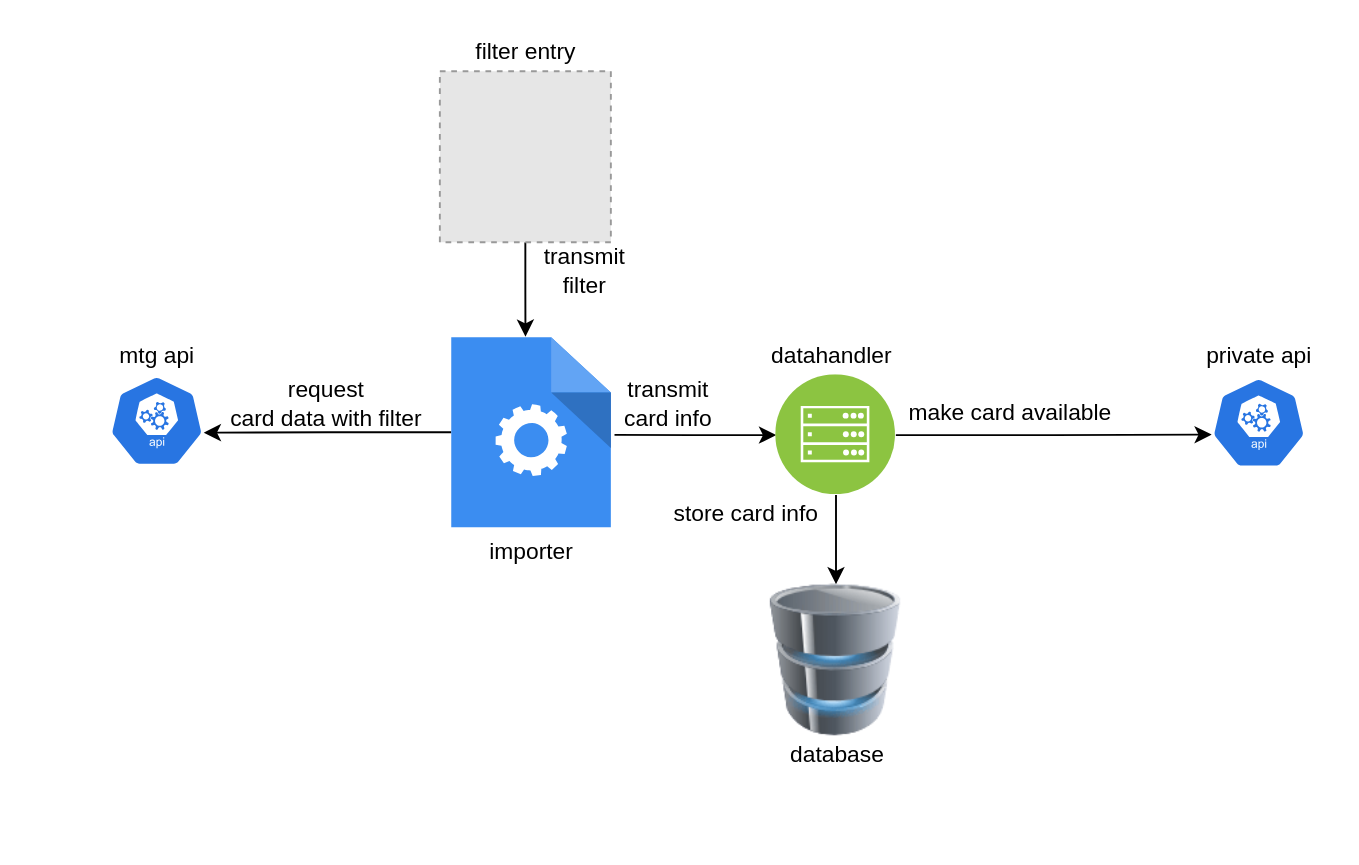
Earlier version of the draw.io diagram docs/components/Overview.drawio (Hertucktor/magicTG-Archive-API). Source tidied: cells renumbered, new cells numbered last; positions are measured from the earlier drawing's top-left corner, leaving out a move shared by most shapes. Both pictures are drawn from the tidied source at 190%, with x=0, y=0 at pixel (108, 32). Pictures stored in the file or linked from it are replaced by grey dashed boxes.
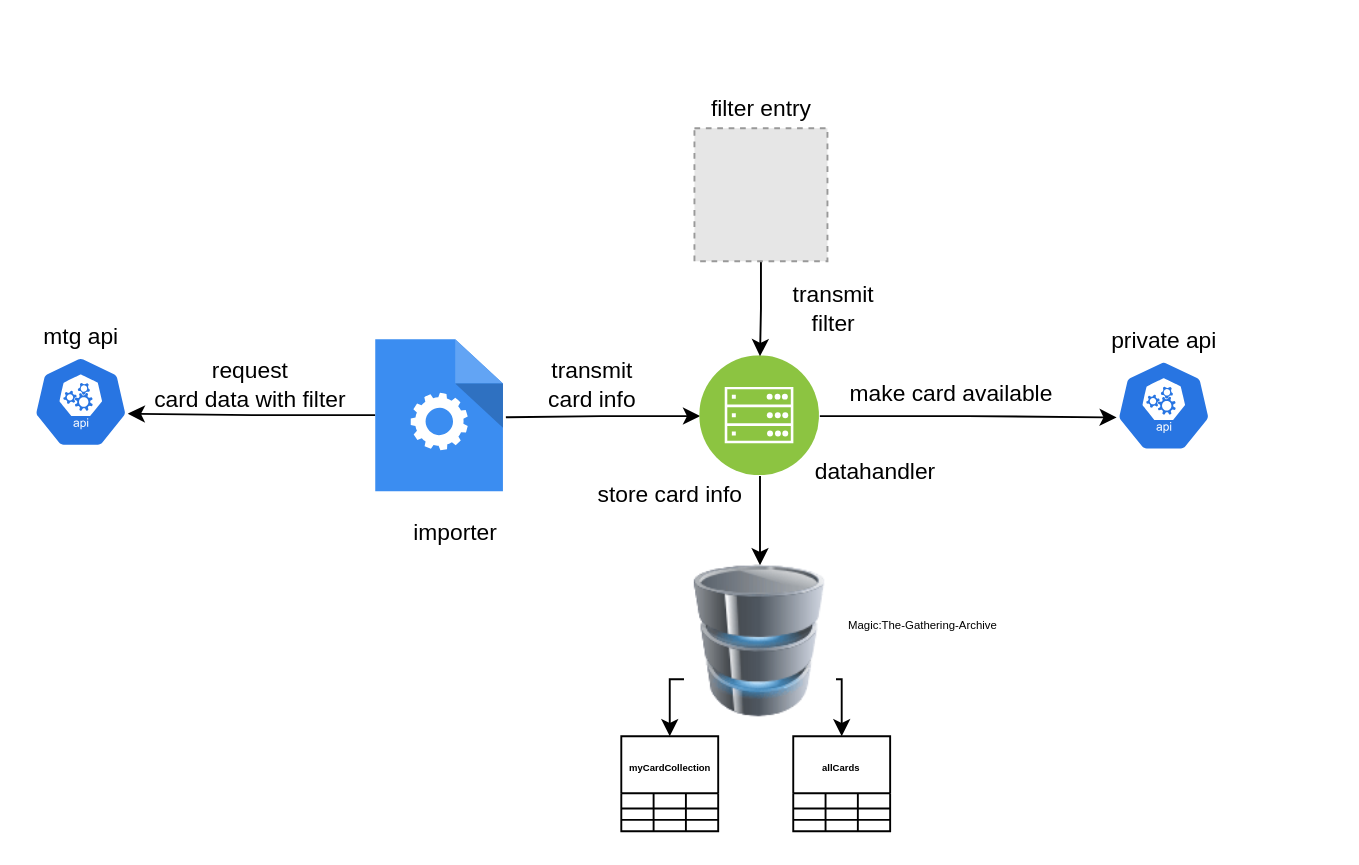
After the change.

Change to the diagram source:
```diff
@@
     <mxCell id="2" style="html=1;dashed=0;whitespace=wrap;fillColor=#2875E2;strokeColor=#ffffff;points=[[0.005,0.63,0],[0.1,0.2,0],[0.9,0.2,0],[0.5,0,0],[0.995,0.63,0],[0.72,0.99,0],[0.5,1,0],[0.28,0.99,0]];shape=mxgraph.kubernetes.icon;prIcon=api;" parent="1" vertex="1">
-      <mxGeometry y="180" width="50" height="48" as="geometry" />
+      <mxGeometry x="-40" y="170" width="50" height="48" as="geometry" />
     </mxCell>
     <mxCell id="3" value="mtg api" style="text;html=1;align=center;verticalAlign=middle;" parent="1" vertex="1">
-      <mxGeometry y="160" width="50" height="20" as="geometry" />
+      <mxGeometry x="-40" y="150" width="50" height="20" as="geometry" />
     </mxCell>
     <mxCell id="4" value="importer" style="text;html=1;align=center;verticalAlign=middle;" parent="1" vertex="1">
-      <mxGeometry x="192" y="263" width="60" height="20" as="geometry" />
+      <mxGeometry x="152" y="253" width="60" height="20" as="geometry" />
     </mxCell>
     <mxCell id="5" value="request &lt;br&gt;card data with filter" style="text;html=1;align=center;verticalAlign=middle;" parent="1" vertex="1">
-      <mxGeometry x="54" y="180" width="120" height="30" as="geometry" />
+      <mxGeometry x="14" y="170" width="120" height="30" as="geometry" />
     </mxCell>
@@
     <mxCell id="7" style="html=1;strokeColor=none;shadow=0;align=center;verticalAlign=top;fillColor=#3B8DF1;shape=mxgraph.gcp2.process;" parent="1" vertex="1">
-      <mxGeometry x="180" y="160" width="84" height="100" as="geometry" />
+      <mxGeometry x="140" y="161" width="67.2" height="80" as="geometry" />
     </mxCell>
@@
-    <mxCell id="10" style="edgeStyle=orthogonalEdgeStyle;rounded=0;jettySize=auto;html=1;entryX=0.005;entryY=0.63;entryDx=0;entryDy=0;entryPerimeter=0;startArrow=none;startFill=0;" parent="1" edge="1" source="11" target="16">
+    <mxCell id="10" style="edgeStyle=orthogonalEdgeStyle;rounded=0;jettySize=auto;html=1;exitX=1;exitY=0.5;exitDx=0;exitDy=0;entryX=0.005;entryY=0.63;entryDx=0;entryDy=0;entryPerimeter=0;" parent="1" edge="1" source="11" target="16">
       <mxGeometry relative="1" as="geometry" />
     </mxCell>
     <mxCell id="11" style="perimeter=ellipsePerimeter;html=1;align=center;shadow=0;dashed=0;fontColor=#4277BB;labelBackgroundColor=#ffffff;fontSize=12;spacingTop=3;image;image=img/lib/ibm/infrastructure/mobile_backend.svg;" parent="1" vertex="1">
-      <mxGeometry x="351" y="180" width="63" height="63" as="geometry" />
+      <mxGeometry x="311" y="170" width="63" height="63" as="geometry" />
     </mxCell>
     <mxCell id="12" value="datahandler" style="text;html=1;align=center;verticalAlign=middle;" parent="1" vertex="1">
-      <mxGeometry x="340" y="160" width="80" height="20" as="geometry" />
+      <mxGeometry x="362.5" y="221" width="80" height="20" as="geometry" />
     </mxCell>
+    <mxCell id="24" style="edgeStyle=orthogonalEdgeStyle;rounded=0;jettySize=auto;html=1;exitX=1;exitY=0.75;exitDx=0;exitDy=0;entryX=0.5;entryY=0;entryDx=0;entryDy=0;" parent="1" edge="1" source="13" target="40">
+      <mxGeometry relative="1" as="geometry" />
+    </mxCell>
+    <mxCell id="25" style="edgeStyle=orthogonalEdgeStyle;rounded=0;jettySize=auto;html=1;exitX=0;exitY=0.75;exitDx=0;exitDy=0;entryX=0.5;entryY=0;entryDx=0;entryDy=0;" parent="1" edge="1" source="13" target="27">
+      <mxGeometry relative="1" as="geometry" />
+    </mxCell>
     <mxCell id="13" style="image;html=1;image=img/lib/clip_art/computers/Database_128x128.png;" parent="1" vertex="1">
-      <mxGeometry x="342.5" y="290" width="80" height="80" as="geometry" />
+      <mxGeometry x="302.5" y="280" width="80" height="80" as="geometry" />
     </mxCell>
-    <mxCell id="14" value="database" style="text;html=1;align=center;verticalAlign=middle;" parent="1" vertex="1">
-      <mxGeometry x="352.5" y="370" width="60" height="20" as="geometry" />
+    <mxCell id="14" value="&lt;font style=&quot;font-size: 6px&quot;&gt;Magic:The-Gathering-Archive&lt;/font&gt;" style="text;html=1;align=center;verticalAlign=middle;" parent="1" vertex="1">
+      <mxGeometry x="382.5" y="300" width="90" height="20" as="geometry" />
     </mxCell>
     <mxCell id="15" value="store card info" style="text;html=1;align=center;verticalAlign=middle;" parent="1" vertex="1">
-      <mxGeometry x="290" y="243" width="90" height="20" as="geometry" />
+      <mxGeometry x="250" y="233" width="90" height="20" as="geometry" />
     </mxCell>
     <mxCell id="16" style="html=1;dashed=0;whitespace=wrap;fillColor=#2875E2;strokeColor=#ffffff;points=[[0.005,0.63,0],[0.1,0.2,0],[0.9,0.2,0],[0.5,0,0],[0.995,0.63,0],[0.72,0.99,0],[0.5,1,0],[0.28,0.99,0]];shape=mxgraph.kubernetes.icon;prIcon=api;" parent="1" vertex="1">
-      <mxGeometry x="580" y="181" width="50" height="48" as="geometry" />
+      <mxGeometry x="530" y="172" width="50" height="48" as="geometry" />
     </mxCell>
     <mxCell id="17" value="make card available" style="text;html=1;align=center;verticalAlign=middle;" parent="1" vertex="1">
-      <mxGeometry x="414" y="190" width="120" height="20" as="geometry" />
+      <mxGeometry x="382.5" y="180" width="120" height="20" as="geometry" />
     </mxCell>
     <mxCell id="18" value="private api" style="text;html=1;align=center;verticalAlign=middle;" parent="1" vertex="1">
-      <mxGeometry x="570" y="160" width="70" height="20" as="geometry" />
+      <mxGeometry x="520" y="152" width="70" height="20" as="geometry" />
     </mxCell>
-    <mxCell id="19" style="edgeStyle=orthogonalEdgeStyle;rounded=0;jettySize=auto;html=1;entryX=0.465;entryY=-0.003;entryDx=0;entryDy=0;entryPerimeter=0;" parent="1" edge="1" source="20" target="7">
-      <mxGeometry relative="1" as="geometry" />
-    </mxCell>
+    <mxCell id="26" style="edgeStyle=orthogonalEdgeStyle;rounded=0;jettySize=auto;html=1;exitX=0.5;exitY=1;exitDx=0;exitDy=0;entryX=0.5;entryY=0;entryDx=0;entryDy=0;" parent="1" edge="1" source="20" target="11">
+      <mxGeometry relative="1" as="geometry" />
+    </mxCell>
     <mxCell id="20" style="fillColor=#E6E6E6;strokeColor=#999999;dashed=1;html=1;verticalAlign=top;verticalLabelPosition=bottom;labelBackgroundColor=#ffffff;" parent="1" vertex="1">
-      <mxGeometry x="174" y="20" width="90" height="90" as="geometry" />
+      <mxGeometry x="308" y="50" width="70" height="70" as="geometry" />
     </mxCell>
     <mxCell id="21" value="filter entry" style="text;html=1;align=center;verticalAlign=middle;" parent="1" vertex="1">
-      <mxGeometry x="184" width="70" height="20" as="geometry" />
+      <mxGeometry x="308" y="30" width="70" height="20" as="geometry" />
     </mxCell>
     <mxCell id="22" value="transmit &lt;br&gt;filter" style="text;html=1;align=center;verticalAlign=middle;" parent="1" vertex="1">
-      <mxGeometry x="220" y="110" width="60" height="30" as="geometry" />
+      <mxGeometry x="351" y="130" width="60" height="30" as="geometry" />
     </mxCell>
     <mxCell id="23" value="transmit &lt;br&gt;card info" style="text;html=1;align=center;verticalAlign=middle;" parent="1" vertex="1">
-      <mxGeometry x="264" y="180" width="60" height="30" as="geometry" />
+      <mxGeometry x="224" y="170" width="60" height="30" as="geometry" />
     </mxCell>
+    <mxCell id="27" value="&lt;font style=&quot;font-size: 5px&quot;&gt;myCardCollection&lt;/font&gt;" style="shape=table;html=1;whiteSpace=wrap;startSize=30;childLayout=tableLayout;fontStyle=1;align=center;" parent="1" vertex="1">
+      <mxGeometry x="269.5" y="370" width="51" height="50" as="geometry" />
+    </mxCell>
+    <mxCell id="28" style="shape=partialRectangle;html=1;whiteSpace=wrap;fillColor=none;top=0;left=0;bottom=0;right=0;" parent="27" vertex="1">
+      <mxGeometry y="30" width="51" height="8" as="geometry" />
+    </mxCell>
+    <mxCell id="29" style="shape=partialRectangle;html=1;whiteSpace=wrap;fillColor=none;top=0;left=0;bottom=0;right=0;overflow=hidden;" parent="28" vertex="1">
+      <mxGeometry width="17" height="8" as="geometry" />
+    </mxCell>
+    <mxCell id="30" style="shape=partialRectangle;html=1;whiteSpace=wrap;fillColor=none;top=0;left=0;bottom=0;right=0;overflow=hidden;" parent="28" vertex="1">
+      <mxGeometry x="17" width="17" height="8" as="geometry" />
+    </mxCell>
+    <mxCell id="31" style="shape=partialRectangle;html=1;whiteSpace=wrap;fillColor=none;top=0;left=0;bottom=0;right=0;overflow=hidden;" parent="28" vertex="1">
+      <mxGeometry x="34" width="17" height="8" as="geometry" />
+    </mxCell>
+    <mxCell id="32" style="shape=partialRectangle;html=1;whiteSpace=wrap;fillColor=none;top=0;left=0;bottom=0;right=0;" parent="27" vertex="1">
+      <mxGeometry y="38" width="51" height="6" as="geometry" />
+    </mxCell>
+    <mxCell id="33" style="shape=partialRectangle;html=1;whiteSpace=wrap;fillColor=none;top=0;left=0;bottom=0;right=0;overflow=hidden;" parent="32" vertex="1">
+      <mxGeometry width="17" height="6" as="geometry" />
+    </mxCell>
+    <mxCell id="34" style="shape=partialRectangle;html=1;whiteSpace=wrap;fillColor=none;top=0;left=0;bottom=0;right=0;overflow=hidden;" parent="32" vertex="1">
+      <mxGeometry x="17" width="17" height="6" as="geometry" />
+    </mxCell>
+    <mxCell id="35" style="shape=partialRectangle;html=1;whiteSpace=wrap;fillColor=none;top=0;left=0;bottom=0;right=0;overflow=hidden;" parent="32" vertex="1">
+      <mxGeometry x="34" width="17" height="6" as="geometry" />
+    </mxCell>
+    <mxCell id="36" style="shape=partialRectangle;html=1;whiteSpace=wrap;fillColor=none;top=0;left=0;bottom=0;right=0;" parent="27" vertex="1">
+      <mxGeometry y="44" width="51" height="6" as="geometry" />
+    </mxCell>
+    <mxCell id="37" style="shape=partialRectangle;html=1;whiteSpace=wrap;fillColor=none;top=0;left=0;bottom=0;right=0;overflow=hidden;" parent="36" vertex="1">
+      <mxGeometry width="17" height="6" as="geometry" />
+    </mxCell>
+    <mxCell id="38" style="shape=partialRectangle;html=1;whiteSpace=wrap;fillColor=none;top=0;left=0;bottom=0;right=0;overflow=hidden;" parent="36" vertex="1">
+      <mxGeometry x="17" width="17" height="6" as="geometry" />
+    </mxCell>
+    <mxCell id="39" style="shape=partialRectangle;html=1;whiteSpace=wrap;fillColor=none;top=0;left=0;bottom=0;right=0;overflow=hidden;" parent="36" vertex="1">
+      <mxGeometry x="34" width="17" height="6" as="geometry" />
+    </mxCell>
+    <mxCell id="40" value="&lt;font style=&quot;font-size: 5px&quot;&gt;allCards&lt;/font&gt;" style="shape=table;html=1;whiteSpace=wrap;startSize=30;childLayout=tableLayout;fontStyle=1;align=center;" parent="1" vertex="1">
+      <mxGeometry x="360" y="370" width="51" height="50" as="geometry" />
+    </mxCell>
+    <mxCell id="41" style="shape=partialRectangle;html=1;whiteSpace=wrap;fillColor=none;top=0;left=0;bottom=0;right=0;" parent="40" vertex="1">
+      <mxGeometry y="30" width="51" height="8" as="geometry" />
+    </mxCell>
+    <mxCell id="42" style="shape=partialRectangle;html=1;whiteSpace=wrap;fillColor=none;top=0;left=0;bottom=0;right=0;overflow=hidden;" parent="41" vertex="1">
+      <mxGeometry width="17" height="8" as="geometry" />
+    </mxCell>
+    <mxCell id="43" style="shape=partialRectangle;html=1;whiteSpace=wrap;fillColor=none;top=0;left=0;bottom=0;right=0;overflow=hidden;" parent="41" vertex="1">
+      <mxGeometry x="17" width="17" height="8" as="geometry" />
+    </mxCell>
+    <mxCell id="44" style="shape=partialRectangle;html=1;whiteSpace=wrap;fillColor=none;top=0;left=0;bottom=0;right=0;overflow=hidden;" parent="41" vertex="1">
+      <mxGeometry x="34" width="17" height="8" as="geometry" />
+    </mxCell>
+    <mxCell id="45" style="shape=partialRectangle;html=1;whiteSpace=wrap;fillColor=none;top=0;left=0;bottom=0;right=0;" parent="40" vertex="1">
+      <mxGeometry y="38" width="51" height="6" as="geometry" />
+    </mxCell>
+    <mxCell id="46" style="shape=partialRectangle;html=1;whiteSpace=wrap;fillColor=none;top=0;left=0;bottom=0;right=0;overflow=hidden;" parent="45" vertex="1">
+      <mxGeometry width="17" height="6" as="geometry" />
+    </mxCell>
+    <mxCell id="47" style="shape=partialRectangle;html=1;whiteSpace=wrap;fillColor=none;top=0;left=0;bottom=0;right=0;overflow=hidden;" parent="45" vertex="1">
+      <mxGeometry x="17" width="17" height="6" as="geometry" />
+    </mxCell>
+    <mxCell id="48" style="shape=partialRectangle;html=1;whiteSpace=wrap;fillColor=none;top=0;left=0;bottom=0;right=0;overflow=hidden;" parent="45" vertex="1">
+      <mxGeometry x="34" width="17" height="6" as="geometry" />
+    </mxCell>
+    <mxCell id="49" style="shape=partialRectangle;html=1;whiteSpace=wrap;fillColor=none;top=0;left=0;bottom=0;right=0;" parent="40" vertex="1">
+      <mxGeometry y="44" width="51" height="6" as="geometry" />
+    </mxCell>
+    <mxCell id="50" style="shape=partialRectangle;html=1;whiteSpace=wrap;fillColor=none;top=0;left=0;bottom=0;right=0;overflow=hidden;" parent="49" vertex="1">
+      <mxGeometry width="17" height="6" as="geometry" />
+    </mxCell>
+    <mxCell id="51" style="shape=partialRectangle;html=1;whiteSpace=wrap;fillColor=none;top=0;left=0;bottom=0;right=0;overflow=hidden;" parent="49" vertex="1">
+      <mxGeometry x="17" width="17" height="6" as="geometry" />
+    </mxCell>
+    <mxCell id="52" style="shape=partialRectangle;html=1;whiteSpace=wrap;fillColor=none;top=0;left=0;bottom=0;right=0;overflow=hidden;" parent="49" vertex="1">
+      <mxGeometry x="34" width="17" height="6" as="geometry" />
+    </mxCell>
```
